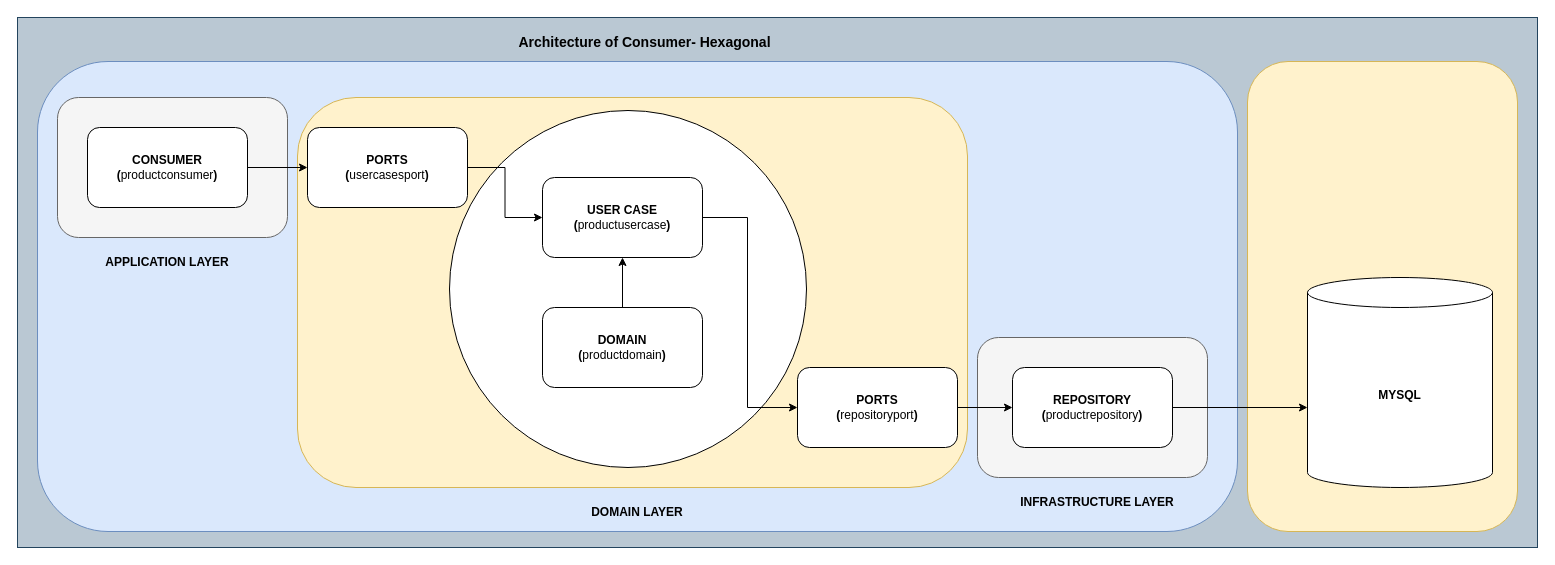
The draw.io diagram docs_readme/consumer.drawio in ciceroednilson/ms-kafka-products-golang, before the edit. Source tidied: cells renumbered, new cells numbered last; positions are measured from the earlier drawing's top-left corner, leaving out a move shared by most shapes. Both pictures are drawn from the tidied source at 100%, with x=0, y=0 at pixel (17, 17).
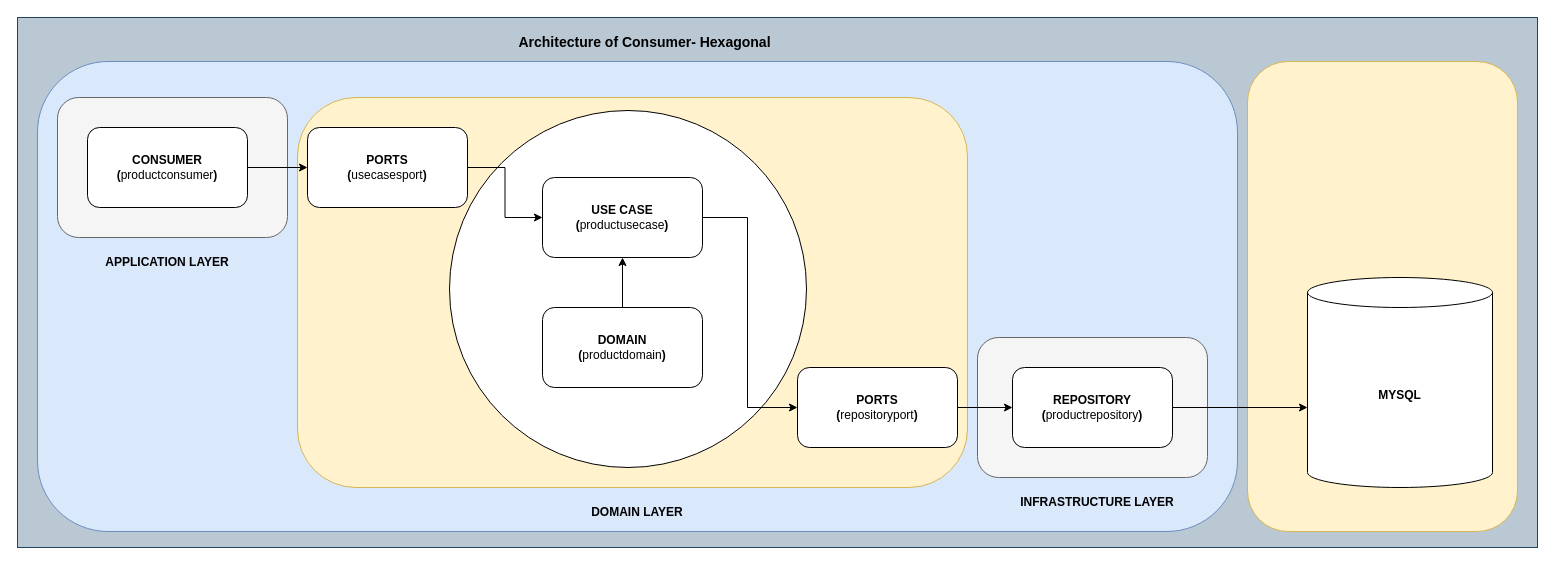
The same page after the edit.

Diff of the diagram source:
```diff
@@
-    <mxCell id="14" value="&lt;b&gt;PORTS&lt;/b&gt;&lt;br&gt;&lt;b&gt;(&lt;/b&gt;usercasesport&lt;b&gt;)&lt;/b&gt;" style="rounded=1;whiteSpace=wrap;html=1;" parent="1" vertex="1">
+    <mxCell id="14" value="&lt;b&gt;PORTS&lt;/b&gt;&lt;br&gt;&lt;b&gt;(&lt;/b&gt;usecasesport&lt;b&gt;)&lt;/b&gt;" style="rounded=1;whiteSpace=wrap;html=1;" parent="1" vertex="1">
       <mxGeometry x="290" y="110" width="160" height="80" as="geometry" />
     </mxCell>
@@
-    <mxCell id="20" value="&lt;b&gt;USER CASE&lt;br&gt;(&lt;/b&gt;productusercase&lt;b style=&quot;background-color: initial;&quot;&gt;)&lt;/b&gt;" style="rounded=1;whiteSpace=wrap;html=1;" parent="1" vertex="1">
+    <mxCell id="20" value="&lt;b&gt;USE CASE&lt;br&gt;(&lt;/b&gt;productusecase&lt;b style=&quot;background-color: initial;&quot;&gt;)&lt;/b&gt;" style="rounded=1;whiteSpace=wrap;html=1;" parent="1" vertex="1">
       <mxGeometry x="525" y="160" width="160" height="80" as="geometry" />
     </mxCell>
```
